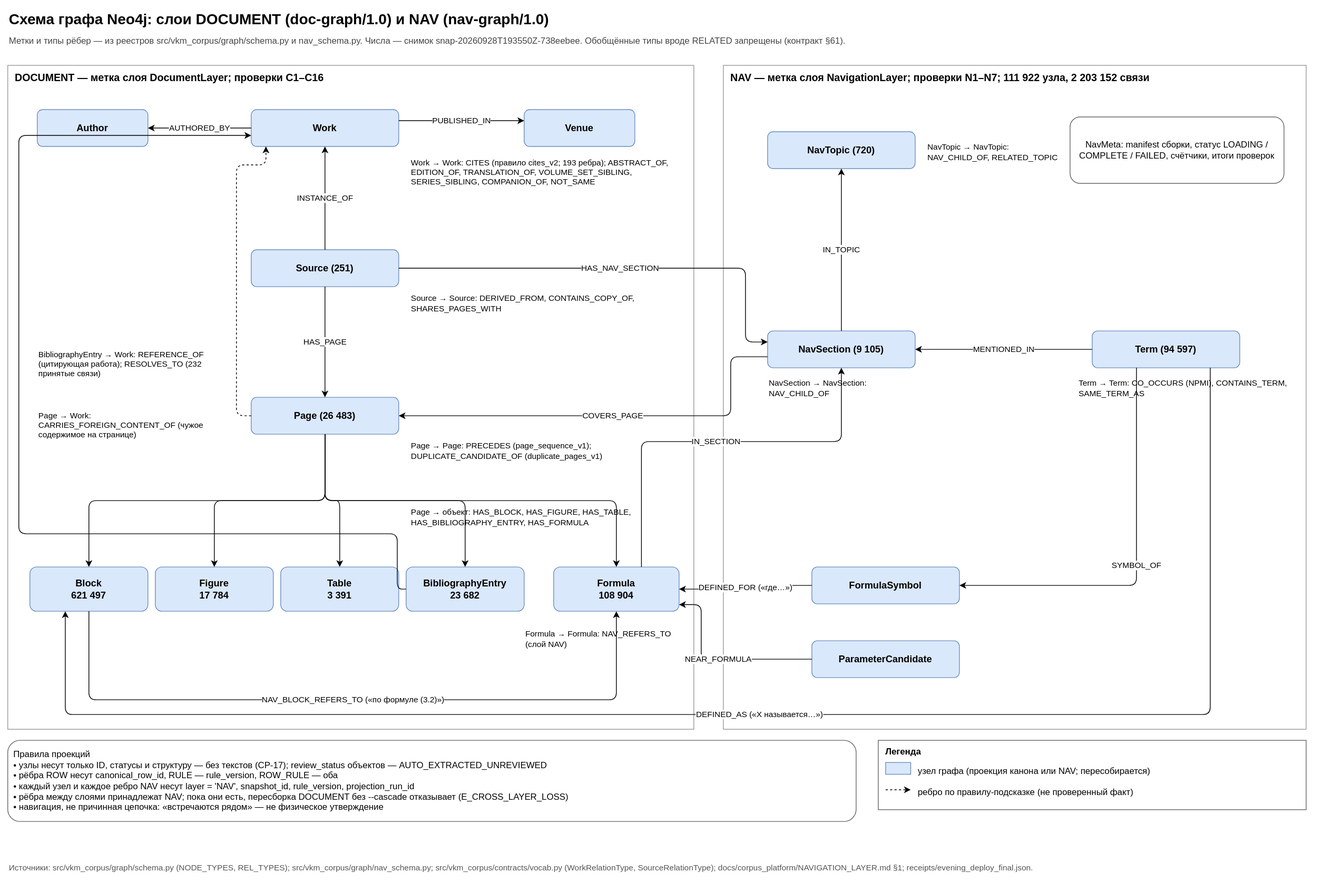
Earlier version of the draw.io export docs/diagrams/graph_schema.svg (SUKUNA-AI/vkm-subsidence-forecasting). Source tidied: cells renumbered, new cells last; positions are measured from the earlier drawing's top-left corner, leaving out a move shared by most shapes.
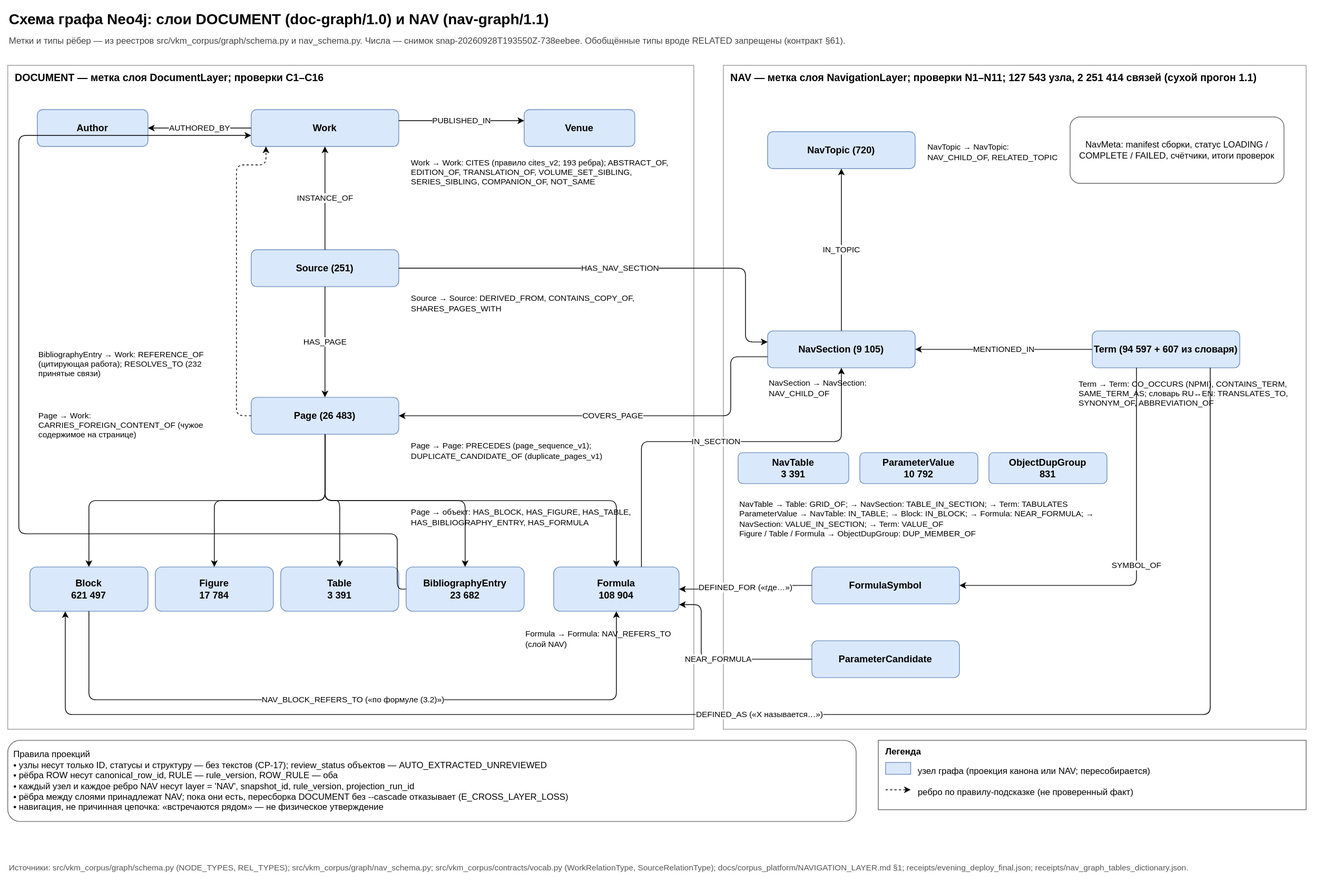
After the change.

Commit message:
docs(diagrams): graph schema for nav-graph/1.1 — NavTable, ParameterValue, ObjectDupGroup, dictionary edges

Diff of the diagram source:
```diff
@@ -2,7 +2,7 @@
   <root>
     <mxCell id="0" />
     <mxCell id="1" parent="0" />
-    <mxCell id="2" value="Схема графа Neo4j: слои DOCUMENT (doc-graph/1.0) и NAV (nav-graph/1.0)" style="text;align=left;fontSize=20;fontStyle=1;html=1;verticalAlign=middle;whiteSpace=wrap;" parent="1" vertex="1">
+    <mxCell id="2" value="Схема графа Neo4j: слои DOCUMENT (doc-graph/1.0) и NAV (nav-graph/1.1)" style="text;align=left;fontSize=20;fontStyle=1;html=1;verticalAlign=middle;whiteSpace=wrap;" parent="1" vertex="1">
       <mxGeometry width="1760" height="30" as="geometry" />
     </mxCell>
     <mxCell id="3" value="Метки и типы рёбер — из реестров src/vkm_corpus/graph/schema.py и nav_schema.py. Числа — снимок snap-20260928T193550Z-738eebee. Обобщённые типы вроде RELATED запрещены (контракт §61)." style="text;align=left;fontColor=#444444;fontSize=12;html=1;verticalAlign=middle;whiteSpace=wrap;" parent="1" vertex="1">
@@ -62,7 +62,7 @@
     <mxCell id="21" value="Formula → Formula: NAV_REFERS_TO (слой NAV)" style="text;align=left;fontSize=11;html=1;verticalAlign=middle;whiteSpace=wrap;" parent="4" vertex="1">
       <mxGeometry x="700" y="760" width="230" height="35" as="geometry" />
     </mxCell>
-    <mxCell id="22" value="NAV — метка слоя NavigationLayer; проверки N1–N7; 111 922 узла, 2 203 152 связи" style="align=left;dashed=0;fillColor=none;fontSize=14;fontStyle=1;html=1;rounded=0;spacingLeft=8;spacingTop=2;strokeColor=#999999;verticalAlign=top;whiteSpace=wrap;" parent="1" vertex="1">
+    <mxCell id="22" value="NAV — метка слоя NavigationLayer; проверки N1–N11; 127 543 узла, 2 251 414 связей (сухой прогон 1.1)" style="align=left;dashed=0;fillColor=none;fontSize=14;fontStyle=1;html=1;rounded=0;spacingLeft=8;spacingTop=2;strokeColor=#999999;verticalAlign=top;whiteSpace=wrap;" parent="1" vertex="1">
       <mxGeometry x="970" y="78" width="790" height="900" as="geometry" />
     </mxCell>
     <mxCell id="23" value="NavTopic (720)" style="fillColor=#dae8fc;fontSize=13;fontStyle=1;html=1;rounded=1;strokeColor=#6c8ebf;whiteSpace=wrap;" parent="22" vertex="1">
@@ -71,7 +71,7 @@
     <mxCell id="24" value="NavSection (9 105)" style="fillColor=#dae8fc;fontSize=13;fontStyle=1;html=1;rounded=1;strokeColor=#6c8ebf;whiteSpace=wrap;" parent="22" vertex="1">
       <mxGeometry x="60" y="360" width="200" height="50" as="geometry" />
     </mxCell>
-    <mxCell id="25" value="Term (94 597)" style="fillColor=#dae8fc;fontSize=13;fontStyle=1;html=1;rounded=1;strokeColor=#6c8ebf;whiteSpace=wrap;" parent="22" vertex="1">
+    <mxCell id="25" value="Term (94 597 + 607 из словаря)" style="fillColor=#dae8fc;fontSize=13;fontStyle=1;html=1;rounded=1;strokeColor=#6c8ebf;whiteSpace=wrap;" parent="22" vertex="1">
       <mxGeometry x="500" y="360" width="200" height="50" as="geometry" />
     </mxCell>
     <mxCell id="26" value="FormulaSymbol" style="fillColor=#dae8fc;fontSize=13;fontStyle=1;html=1;rounded=1;strokeColor=#6c8ebf;whiteSpace=wrap;" parent="22" vertex="1">
@@ -89,9 +89,21 @@
     <mxCell id="30" value="NavSection → NavSection: NAV_CHILD_OF" style="text;align=left;fontSize=11;html=1;verticalAlign=middle;whiteSpace=wrap;" parent="22" vertex="1">
       <mxGeometry x="60" y="420" width="200" height="35" as="geometry" />
     </mxCell>
-    <mxCell id="31" value="Term → Term: CO_OCCURS (NPMI), CONTAINS_TERM, SAME_TERM_AS" style="text;align=left;fontSize=11;html=1;verticalAlign=middle;whiteSpace=wrap;" parent="22" vertex="1">
-      <mxGeometry x="480" y="420" width="290" height="35" as="geometry" />
+    <mxCell id="31" value="Term → Term: CO_OCCURS (NPMI), CONTAINS_TERM, SAME_TERM_AS; словарь RU↔EN: TRANSLATES_TO, SYNONYM_OF, ABBREVIATION_OF" style="text;align=left;fontSize=11;html=1;verticalAlign=middle;whiteSpace=wrap;" parent="22" vertex="1">
+      <mxGeometry x="480" y="420" width="290" height="50" as="geometry" />
     </mxCell>
+    <mxCell id="62" value="NavTable&lt;br&gt;3 391" style="fillColor=#dae8fc;fontSize=13;fontStyle=1;html=1;rounded=1;strokeColor=#6c8ebf;whiteSpace=wrap;" parent="22" vertex="1">
+      <mxGeometry x="20" y="525" width="150" height="42" as="geometry" />
+    </mxCell>
+    <mxCell id="63" value="ParameterValue&lt;br&gt;10 792" style="fillColor=#dae8fc;fontSize=13;fontStyle=1;html=1;rounded=1;strokeColor=#6c8ebf;whiteSpace=wrap;" parent="22" vertex="1">
+      <mxGeometry x="185" y="525" width="160" height="42" as="geometry" />
+    </mxCell>
+    <mxCell id="64" value="ObjectDupGroup&lt;br&gt;831" style="fillColor=#dae8fc;fontSize=13;fontStyle=1;html=1;rounded=1;strokeColor=#6c8ebf;whiteSpace=wrap;" parent="22" vertex="1">
+      <mxGeometry x="360" y="525" width="160" height="42" as="geometry" />
+    </mxCell>
+    <mxCell id="65" value="NavTable → Table: GRID_OF; → NavSection: TABLE_IN_SECTION; → Term: TABULATES&lt;br&gt;ParameterValue → NavTable: IN_TABLE; → Block: IN_BLOCK; → Formula: NEAR_FORMULA; → NavSection: VALUE_IN_SECTION; → Term: VALUE_OF&lt;br&gt;Figure / Table / Formula → ObjectDupGroup: DUP_MEMBER_OF" style="text;align=left;fontSize=11;html=1;verticalAlign=middle;whiteSpace=wrap;" parent="22" vertex="1">
+      <mxGeometry x="20" y="575" width="520" height="80" as="geometry" />
+    </mxCell>
     <mxCell id="32" value="Правила проекций&lt;br&gt;• узлы несут только ID, статусы и структуру — без текстов (CP-17); review_status объектов — AUTO_EXTRACTED_UNREVIEWED&lt;br&gt;• рёбра ROW несут canonical_row_id, RULE — rule_version, ROW_RULE — оба&lt;br&gt;• каждый узел и каждое ребро NAV несут layer = 'NAV', snapshot_id, rule_version, projection_run_id&lt;br&gt;• рёбра между слоями принадлежат NAV; пока они есть, пересборка DOCUMENT без --cascade отказывает (E_CROSS_LAYER_LOSS)&lt;br&gt;• навигация, не причинная цепочка: «встречаются рядом» — не физическое утверждение" style="align=left;fillColor=#ffffff;fontSize=12;html=1;rounded=1;spacingLeft=6;spacingRight=4;strokeColor=#666666;whiteSpace=wrap;" parent="1" vertex="1">
       <mxGeometry y="993" width="1150" height="110" as="geometry" />
     </mxCell>
@@ -113,7 +125,7 @@
     <mxCell id="38" value="ребро по правилу-подсказке (не проверенный факт)" style="text;align=left;fontSize=12;html=1;verticalAlign=top;whiteSpace=wrap;" parent="33" vertex="1">
       <mxGeometry x="52" y="57" width="520" height="25" as="geometry" />
     </mxCell>
-    <mxCell id="39" value="Источники: src/vkm_corpus/graph/schema.py (NODE_TYPES, REL_TYPES); src/vkm_corpus/graph/nav_schema.py; src/vkm_corpus/contracts/vocab.py (WorkRelationType, SourceRelationType); docs/corpus_platform/NAVIGATION_LAYER.md §1; receipts/evening_deploy_final.json." style="text;align=left;fontColor=#555555;fontSize=11;html=1;verticalAlign=middle;whiteSpace=wrap;" parent="1" vertex="1">
+    <mxCell id="39" value="Источники: src/vkm_corpus/graph/schema.py (NODE_TYPES, REL_TYPES); src/vkm_corpus/graph/nav_schema.py; src/vkm_corpus/contracts/vocab.py (WorkRelationType, SourceRelationType); docs/corpus_platform/NAVIGATION_LAYER.md §1; receipts/evening_deploy_final.json; receipts/nav_graph_tables_dictionary.json." style="text;align=left;fontColor=#555555;fontSize=11;html=1;verticalAlign=middle;whiteSpace=wrap;" parent="1" vertex="1">
       <mxGeometry y="1153" width="1760" height="25" as="geometry" />
     </mxCell>
     <mxCell id="40" value="AUTHORED_BY" style="edgeStyle=orthogonalEdgeStyle;endArrow=classic;entryDx=0;entryDy=0;entryX=1;entryY=0.5;exitDx=0;exitDy=0;exitX=0;exitY=0.5;fontSize=11;html=1;labelBackgroundColor=#ffffff;rounded=1;" parent="1" edge="1" source="6" target="5">
```
